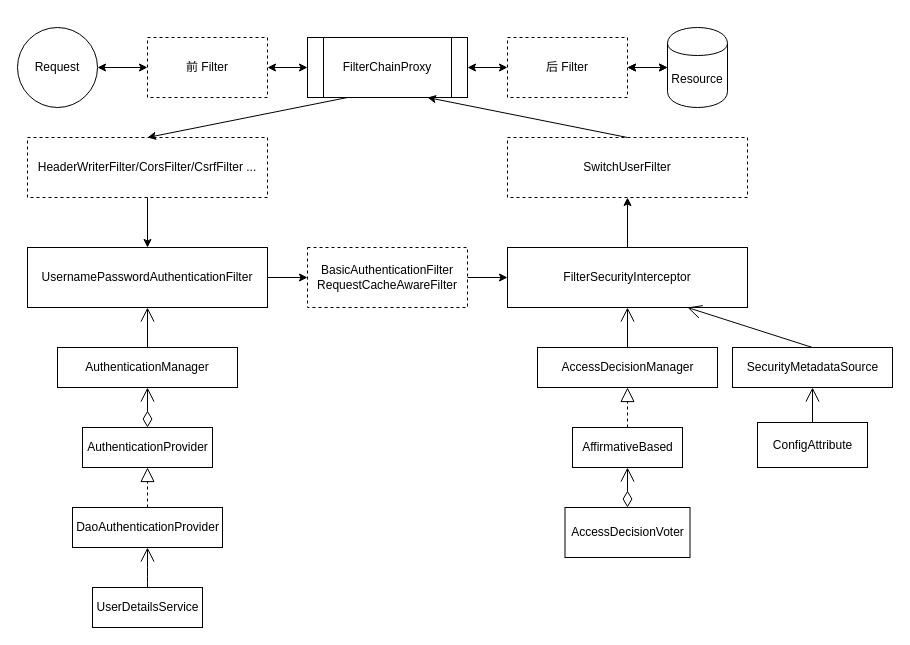
Earlier version of the draw.io diagram spring-security-filter-components.drawio (kostark/drawio-repo). Source tidied: cells renumbered, new cells numbered last; positions are measured from the earlier drawing's top-left corner, leaving out a move shared by most shapes. Both pictures are drawn from the tidied source at 100%, with x=0, y=0 at pixel (17, 27).
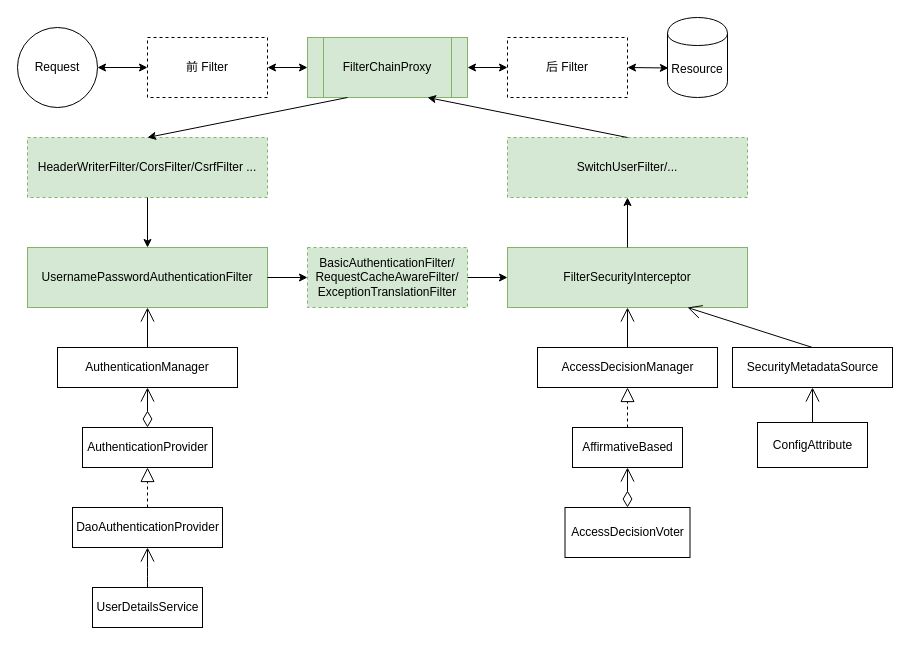
The same page after the edit.

Unchanged cells that the change refers to:
```xml
<mxCell id="8" value="后 Filter" style="rounded=0;whiteSpace=wrap;html=1;dashed=1;" parent="1" vertex="1">
  <mxGeometry x="490" y="10" width="120" height="60" as="geometry" />
</mxCell>
```

What changed in the source:
```diff
@@
-    <mxCell id="5" value="FilterChainProxy" style="shape=process;whiteSpace=wrap;html=1;backgroundOutline=1;" parent="1" vertex="1">
+    <mxCell id="5" value="FilterChainProxy" style="shape=process;whiteSpace=wrap;html=1;backgroundOutline=1;fillColor=#d5e8d4;strokeColor=#82b366;" parent="1" vertex="1">
       <mxGeometry x="290" y="10" width="160" height="60" as="geometry" />
     </mxCell>
@@
-    <mxCell id="7" style="edgeStyle=orthogonalEdgeStyle;rounded=0;jettySize=auto;html=1;startArrow=classic;startFill=1;endArrow=classic;endFill=1;" parent="1" edge="1" source="8" target="10">
+    <mxCell id="7" style="rounded=0;jettySize=auto;html=1;startArrow=classic;startFill=1;endArrow=classic;endFill=1;entryX=0.015;entryY=0.631;entryDx=0;entryDy=0;exitX=1;exitY=0.5;exitDx=0;exitDy=0;entryPerimeter=0;" parent="1" edge="1" source="8" target="10">
       <mxGeometry relative="1" as="geometry" />
     </mxCell>
@@
     <mxCell id="10" value="Resource" style="shape=cylinder;whiteSpace=wrap;html=1;boundedLbl=1;backgroundOutline=1;" parent="1" vertex="1">
-      <mxGeometry x="650" width="60" height="80" as="geometry" />
+      <mxGeometry x="650" y="-10" width="60" height="80" as="geometry" />
     </mxCell>
-    <mxCell id="11" style="endArrow=classic;dashed=1;html=1;entryX=0;entryY=0.5;entryDx=0;entryDy=0;exitX=1;exitY=0.5;exitDx=0;exitDy=0;startArrow=classic;startFill=1;endFill=1;" parent="1" edge="1" source="8" target="10">
-      <mxGeometry relative="1" as="geometry" />
-    </mxCell>
-    <mxCell id="12" value="HeaderWriterFilter/CorsFilter/CsrfFilter ..." style="rounded=0;whiteSpace=wrap;html=1;dashed=1;" parent="1" vertex="1">
+    <mxCell id="12" value="HeaderWriterFilter/CorsFilter/CsrfFilter ..." style="rounded=0;whiteSpace=wrap;html=1;dashed=1;fillColor=#d5e8d4;strokeColor=#82b366;" parent="1" vertex="1">
       <mxGeometry x="10" y="110" width="240" height="60" as="geometry" />
     </mxCell>
-    <mxCell id="13" value="UsernamePasswordAuthenticationFilter&lt;br&gt;" style="rounded=0;whiteSpace=wrap;html=1;" parent="1" vertex="1">
+    <mxCell id="13" value="UsernamePasswordAuthenticationFilter&lt;br&gt;" style="rounded=0;whiteSpace=wrap;html=1;fillColor=#d5e8d4;strokeColor=#82b366;" parent="1" vertex="1">
       <mxGeometry x="10" y="220" width="240" height="60" as="geometry" />
     </mxCell>
-    <mxCell id="14" value="SwitchUserFilter" style="rounded=0;whiteSpace=wrap;html=1;dashed=1;" parent="1" vertex="1">
+    <mxCell id="14" value="SwitchUserFilter/..." style="rounded=0;whiteSpace=wrap;html=1;dashed=1;fillColor=#d5e8d4;strokeColor=#82b366;" parent="1" vertex="1">
       <mxGeometry x="490" y="110" width="240" height="60" as="geometry" />
     </mxCell>
-    <mxCell id="15" value="FilterSecurityInterceptor" style="rounded=0;whiteSpace=wrap;html=1;" parent="1" vertex="1">
+    <mxCell id="15" value="FilterSecurityInterceptor" style="rounded=0;whiteSpace=wrap;html=1;fillColor=#d5e8d4;strokeColor=#82b366;" parent="1" vertex="1">
       <mxGeometry x="490" y="220" width="240" height="60" as="geometry" />
     </mxCell>
-    <mxCell id="16" value="BasicAuthenticationFilter&lt;br&gt;RequestCacheAwareFilter&lt;br&gt;" style="rounded=0;whiteSpace=wrap;html=1;dashed=1;" parent="1" vertex="1">
+    <mxCell id="16" value="BasicAuthenticationFilter/&lt;br&gt;RequestCacheAwareFilter/&lt;br&gt;ExceptionTranslationFilter&lt;br&gt;" style="rounded=0;whiteSpace=wrap;html=1;dashed=1;fillColor=#d5e8d4;strokeColor=#82b366;" parent="1" vertex="1">
       <mxGeometry x="290" y="220" width="160" height="60" as="geometry" />
     </mxCell>
```
